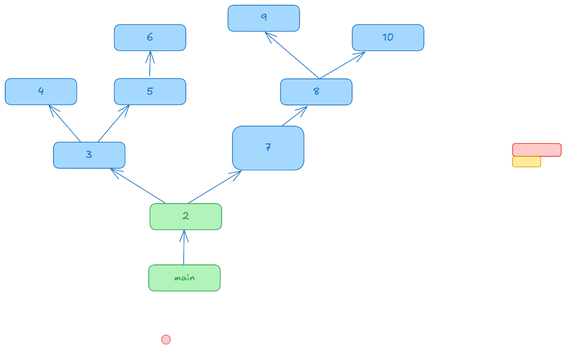
Earlier version of the Excalidraw export img/7.exception.excalidraw.png (silvercodes/p42_dotnet). Source tidied: one line per element, renumbered; positions are measured from the earlier drawing's top-left corner, leaving out a move shared by most shapes.
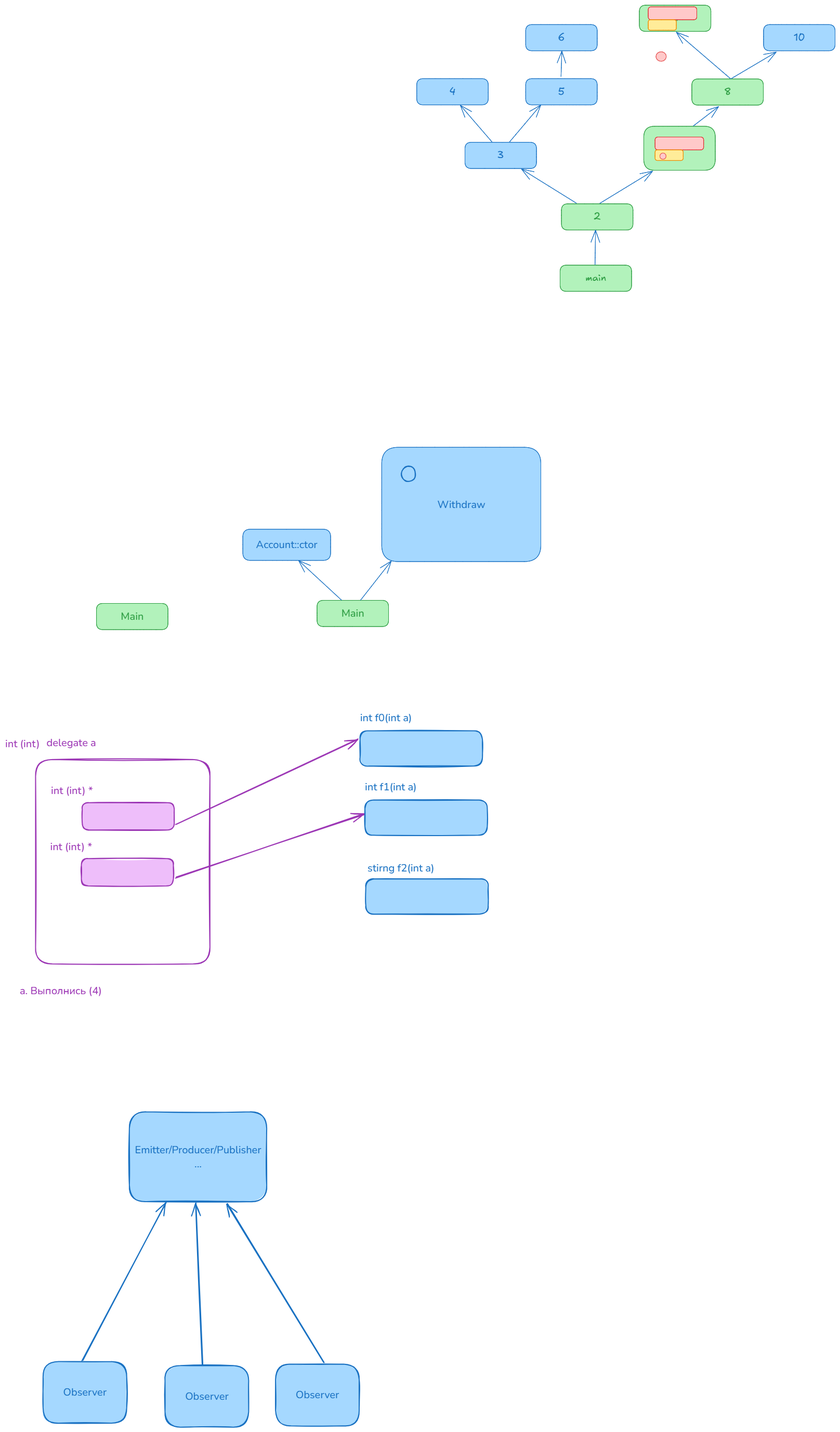
After the commit.

The edit, as a diff of the source:
```diff
@@ -3,30 +3,71 @@
 {"id": 2, "type": "rectangle", "strokeColor": "#2f9e44", "backgroundColor": "#b2f2bb", "fillStyle": "solid", "strokeWidth": 1, "roughness": 0, "round": true, "x": 278, "y": 382, "width": 138, "height": 50}
 {"id": 3, "type": "text", "text": "2", "strokeColor": "#2f9e44", "backgroundColor": "#a5d8ff", "fillStyle": "solid", "strokeWidth": 1, "roughness": 0, "fontSize": 20, "fontFamily": 5, "textAlign": "center", "verticalAlign": "middle", "inside": 2, "x": 340, "y": 395, "width": 14, "height": 25}
 {"id": 4, "type": "arrow", "strokeColor": "#1971c2", "backgroundColor": "#b2f2bb", "fillStyle": "solid", "strokeWidth": 1, "roughness": 0, "endArrowhead": "arrow", "round": true, "from": 0, "to": 2, "x": 343, "y": 499, "width": 1, "height": 66, "points": [[0, 0], [1, -66]]}
-{"id": 5, "type": "rectangle", "strokeColor": "#1971c2", "backgroundColor": "#a5d8ff", "fillStyle": "solid", "strokeWidth": 1, "roughness": 0, "round": true, "x": 93, "y": 264, "width": 138, "height": 50}
+{"id": 32, "type": "rectangle", "strokeColor": "#1971c2", "backgroundColor": "#a5d8ff", "fillStyle": "solid", "strokeWidth": 1, "roughness": 0, "round": true, "x": 93, "y": 264, "width": 138, "height": 50}
-{"id": 6, "type": "text", "text": "3", "strokeColor": "#1971c2", "backgroundColor": "#a5d8ff", "fillStyle": "solid", "strokeWidth": 1, "roughness": 0, "fontSize": 20, "fontFamily": 5, "textAlign": "center", "verticalAlign": "middle", "inside": 5, "x": 156, "y": 276, "width": 12, "height": 25}
+{"id": 6, "type": "text", "text": "3", "strokeColor": "#1971c2", "backgroundColor": "#a5d8ff", "fillStyle": "solid", "strokeWidth": 1, "roughness": 0, "fontSize": 20, "fontFamily": 5, "textAlign": "center", "verticalAlign": "middle", "inside": 32, "x": 156, "y": 276, "width": 12, "height": 25}
-{"id": 7, "type": "arrow", "strokeColor": "#1971c2", "backgroundColor": "#a5d8ff", "fillStyle": "solid", "strokeWidth": 1, "roughness": 0, "endArrowhead": "arrow", "round": true, "from": 2, "to": 5, "x": 307, "y": 381, "width": 104, "height": 66, "points": [[0, 0], [-104, -66]]}
+{"id": 7, "type": "arrow", "strokeColor": "#1971c2", "backgroundColor": "#a5d8ff", "fillStyle": "solid", "strokeWidth": 1, "roughness": 0, "endArrowhead": "arrow", "round": true, "from": 2, "to": 32, "x": 307, "y": 381, "width": 106, "height": 66, "points": [[0, 0], [-106, -66]]}
-{"id": 8, "type": "rectangle", "strokeColor": "#1971c2", "backgroundColor": "#a5d8ff", "fillStyle": "solid", "strokeWidth": 1, "roughness": 0, "round": true, "x": 0, "y": 141, "width": 138, "height": 50}
+{"id": 33, "type": "rectangle", "strokeColor": "#1971c2", "backgroundColor": "#a5d8ff", "fillStyle": "solid", "strokeWidth": 1, "roughness": 0, "round": true, "x": 0, "y": 141, "width": 138, "height": 50}
-{"id": 9, "type": "text", "text": "4", "strokeColor": "#1971c2", "backgroundColor": "#a5d8ff", "fillStyle": "solid", "strokeWidth": 1, "roughness": 0, "fontSize": 20, "fontFamily": 5, "textAlign": "center", "verticalAlign": "middle", "inside": 8, "x": 63, "y": 154, "width": 12, "height": 25}
+{"id": 9, "type": "text", "text": "4", "strokeColor": "#1971c2", "backgroundColor": "#a5d8ff", "fillStyle": "solid", "strokeWidth": 1, "roughness": 0, "fontSize": 20, "fontFamily": 5, "textAlign": "center", "verticalAlign": "middle", "inside": 33, "x": 63, "y": 154, "width": 12, "height": 25}
-{"id": 10, "type": "arrow", "strokeColor": "#1971c2", "backgroundColor": "#a5d8ff", "fillStyle": "solid", "strokeWidth": 1, "roughness": 0, "endArrowhead": "arrow", "round": true, "from": 5, "to": 8, "x": 145, "y": 264, "width": 61, "height": 71, "points": [[0, 0], [-61, -71]]}
-{"id": 11, "type": "rectangle", "strokeColor": "#1971c2", "backgroundColor": "#a5d8ff", "fillStyle": "solid", "strokeWidth": 1, "roughness": 0, "round": true, "x": 210, "y": 141, "width": 138, "height": 50}
-{"id": 12, "type": "text", "text": "5", "strokeColor": "#1971c2", "backgroundColor": "#a5d8ff", "fillStyle": "solid", "strokeWidth": 1, "roughness": 0, "fontSize": 20, "fontFamily": 5, "textAlign": "center", "verticalAlign": "middle", "inside": 11, "x": 272, "y": 154, "width": 12, "height": 25}
-{"id": 13, "type": "arrow", "strokeColor": "#1971c2", "backgroundColor": "#a5d8ff", "fillStyle": "solid", "strokeWidth": 1, "roughness": 0, "endArrowhead": "arrow", "round": true, "from": 5, "to": 11, "x": 178, "y": 264, "width": 61, "height": 72, "points": [[0, 0], [61, -72]]}
-{"id": 14, "type": "rectangle", "strokeColor": "#1971c2", "backgroundColor": "#a5d8ff", "fillStyle": "solid", "strokeWidth": 1, "roughness": 0, "round": true, "x": 210, "y": 37, "width": 138, "height": 50}
+{"id": 34, "type": "arrow", "strokeColor": "#1971c2", "backgroundColor": "#a5d8ff", "fillStyle": "solid", "strokeWidth": 1, "roughness": 0, "endArrowhead": "arrow", "round": true, "from": 32, "to": 33, "x": 145, "y": 264, "width": 61, "height": 71, "points": [[0, 0], [-61, -71]]}
+{"id": 35, "type": "rectangle", "strokeColor": "#1971c2", "backgroundColor": "#a5d8ff", "fillStyle": "solid", "strokeWidth": 1, "roughness": 0, "round": true, "x": 210, "y": 141, "width": 138, "height": 50}
+{"id": 36, "type": "text", "text": "5", "strokeColor": "#1971c2", "backgroundColor": "#a5d8ff", "fillStyle": "solid", "strokeWidth": 1, "roughness": 0, "fontSize": 20, "fontFamily": 5, "textAlign": "center", "verticalAlign": "middle", "inside": 35, "x": 272, "y": 154, "width": 12, "height": 25}
+{"id": 37, "type": "arrow", "strokeColor": "#1971c2", "backgroundColor": "#a5d8ff", "fillStyle": "solid", "strokeWidth": 1, "roughness": 0, "endArrowhead": "arrow", "round": true, "from": 32, "to": 35, "x": 178, "y": 264, "width": 61, "height": 72, "points": [[0, 0], [61, -72]]}
+{"id": 38, "type": "rectangle", "strokeColor": "#1971c2", "backgroundColor": "#a5d8ff", "fillStyle": "solid", "strokeWidth": 1, "roughness": 0, "round": true, "x": 210, "y": 37, "width": 138, "height": 50}
-{"id": 15, "type": "text", "text": "6", "strokeColor": "#1971c2", "backgroundColor": "#a5d8ff", "fillStyle": "solid", "strokeWidth": 1, "roughness": 0, "fontSize": 20, "fontFamily": 5, "textAlign": "center", "verticalAlign": "middle", "inside": 14, "x": 272, "y": 50, "width": 13, "height": 25}
+{"id": 15, "type": "text", "text": "6", "strokeColor": "#1971c2", "backgroundColor": "#a5d8ff", "fillStyle": "solid", "strokeWidth": 1, "roughness": 0, "fontSize": 20, "fontFamily": 5, "textAlign": "center", "verticalAlign": "middle", "inside": 38, "x": 272, "y": 50, "width": 13, "height": 25}
-{"id": 16, "type": "arrow", "strokeColor": "#1971c2", "backgroundColor": "#a5d8ff", "fillStyle": "solid", "strokeWidth": 1, "roughness": 0, "endArrowhead": "arrow", "round": true, "from": 11, "to": 14, "x": 278, "y": 137, "width": 2, "height": 49, "points": [[0, 0], [2, -49]]}
+{"id": 39, "type": "arrow", "strokeColor": "#1971c2", "backgroundColor": "#a5d8ff", "fillStyle": "solid", "strokeWidth": 1, "roughness": 0, "endArrowhead": "arrow", "round": true, "from": 35, "to": 38, "x": 278, "y": 137, "width": 2, "height": 49, "points": [[0, 0], [2, -49]]}
-{"id": 17, "type": "rectangle", "strokeColor": "#1971c2", "backgroundColor": "#a5d8ff", "fillStyle": "solid", "strokeWidth": 1, "roughness": 0, "round": true, "x": 437, "y": 233, "width": 138, "height": 85}
+{"id": 17, "type": "rectangle", "strokeColor": "#2f9e44", "backgroundColor": "#b2f2bb", "fillStyle": "solid", "strokeWidth": 1, "roughness": 0, "round": true, "x": 437, "y": 233, "width": 138, "height": 85}
-{"id": 18, "type": "text", "text": "7", "strokeColor": "#1971c2", "backgroundColor": "#a5d8ff", "fillStyle": "solid", "strokeWidth": 1, "roughness": 0, "fontSize": 20, "fontFamily": 5, "textAlign": "center", "verticalAlign": "middle", "inside": 17, "x": 500, "y": 263, "width": 11, "height": 25}
+{"id": 18, "type": "text", "text": "7", "strokeColor": "#2f9e44", "backgroundColor": "#a5d8ff", "fillStyle": "solid", "strokeWidth": 1, "roughness": 0, "fontSize": 20, "fontFamily": 5, "textAlign": "center", "verticalAlign": "middle", "inside": 17, "x": 500, "y": 263, "width": 11, "height": 25}
 {"id": 19, "type": "arrow", "strokeColor": "#1971c2", "backgroundColor": "#a5d8ff", "fillStyle": "solid", "strokeWidth": 1, "roughness": 0, "endArrowhead": "arrow", "round": true, "from": 2, "to": 17, "x": 352, "y": 381, "width": 101, "height": 62, "points": [[0, 0], [101, -62]]}
-{"id": 20, "type": "rectangle", "strokeColor": "#1971c2", "backgroundColor": "#a5d8ff", "fillStyle": "solid", "strokeWidth": 1, "roughness": 0, "round": true, "x": 529, "y": 142, "width": 138, "height": 50}
+{"id": 20, "type": "rectangle", "strokeColor": "#2f9e44", "backgroundColor": "#b2f2bb", "fillStyle": "solid", "strokeWidth": 1, "roughness": 0, "round": true, "x": 529, "y": 142, "width": 138, "height": 50}
-{"id": 21, "type": "text", "text": "8", "strokeColor": "#1971c2", "backgroundColor": "#a5d8ff", "fillStyle": "solid", "strokeWidth": 1, "roughness": 0, "fontSize": 20, "fontFamily": 5, "textAlign": "center", "verticalAlign": "middle", "inside": 20, "x": 592, "y": 154, "width": 13, "height": 25}
+{"id": 21, "type": "text", "text": "8", "strokeColor": "#2f9e44", "backgroundColor": "#a5d8ff", "fillStyle": "solid", "strokeWidth": 1, "roughness": 0, "fontSize": 20, "fontFamily": 5, "textAlign": "center", "verticalAlign": "middle", "inside": 20, "x": 592, "y": 154, "width": 13, "height": 25}
 {"id": 22, "type": "arrow", "strokeColor": "#1971c2", "backgroundColor": "#a5d8ff", "fillStyle": "solid", "strokeWidth": 1, "roughness": 0, "endArrowhead": "arrow", "round": true, "from": 17, "to": 20, "x": 532, "y": 232, "width": 49, "height": 37, "points": [[0, 0], [49, -37]]}
-{"id": 23, "type": "rectangle", "strokeColor": "#1971c2", "backgroundColor": "#a5d8ff", "fillStyle": "solid", "strokeWidth": 1, "roughness": 0, "round": true, "x": 428, "y": 0, "width": 138, "height": 50}
+{"id": 23, "type": "rectangle", "strokeColor": "#2f9e44", "backgroundColor": "#b2f2bb", "fillStyle": "solid", "strokeWidth": 1, "roughness": 0, "round": true, "x": 428, "y": 0, "width": 138, "height": 50}
-{"id": 24, "type": "text", "text": "9", "strokeColor": "#1971c2", "backgroundColor": "#a5d8ff", "fillStyle": "solid", "strokeWidth": 1, "roughness": 0, "fontSize": 20, "fontFamily": 5, "textAlign": "center", "verticalAlign": "middle", "inside": 23, "x": 491, "y": 13, "width": 13, "height": 25}
+{"id": 24, "type": "text", "text": "9", "strokeColor": "#2f9e44", "backgroundColor": "#a5d8ff", "fillStyle": "solid", "strokeWidth": 1, "roughness": 0, "fontSize": 20, "fontFamily": 5, "textAlign": "center", "verticalAlign": "middle", "inside": 23, "x": 491, "y": 13, "width": 13, "height": 25}
 {"id": 25, "type": "rectangle", "strokeColor": "#1971c2", "backgroundColor": "#a5d8ff", "fillStyle": "solid", "strokeWidth": 1, "roughness": 0, "round": true, "x": 667, "y": 37, "width": 138, "height": 50}
 {"id": 26, "type": "text", "text": "10", "strokeColor": "#1971c2", "backgroundColor": "#a5d8ff", "fillStyle": "solid", "strokeWidth": 1, "roughness": 0, "fontSize": 20, "fontFamily": 5, "textAlign": "center", "verticalAlign": "middle", "inside": 25, "x": 725, "y": 50, "width": 22, "height": 25}
 {"id": 27, "type": "arrow", "strokeColor": "#1971c2", "backgroundColor": "#a5d8ff", "fillStyle": "solid", "strokeWidth": 1, "roughness": 0, "endArrowhead": "arrow", "round": true, "from": 20, "to": 23, "x": 604, "y": 141, "width": 104, "height": 90, "points": [[0, 0], [-104, -90]]}
 {"id": 28, "type": "arrow", "strokeColor": "#1971c2", "backgroundColor": "#a5d8ff", "fillStyle": "solid", "strokeWidth": 1, "roughness": 0, "endArrowhead": "arrow", "round": true, "from": 20, "to": 25, "x": 605, "y": 141, "width": 86, "height": 51, "points": [[0, 0], [86, -51]]}
+{"id": 40, "type": "rectangle", "strokeColor": "#e03131", "backgroundColor": "#ffc9c9", "fillStyle": "solid", "strokeWidth": 1, "roughness": 0, "round": true, "x": 458, "y": 254, "width": 93, "height": 25}
+{"id": 41, "type": "rectangle", "strokeColor": "#f08c00", "backgroundColor": "#ffec99", "fillStyle": "solid", "strokeWidth": 1, "roughness": 0, "round": true, "x": 458, "y": 278, "width": 54, "height": 20}
-{"id": 29, "type": "rectangle", "strokeColor": "#e03131", "backgroundColor": "#ffc9c9", "fillStyle": "solid", "strokeWidth": 1, "roughness": 0, "round": true, "x": 975, "y": 266, "width": 93, "height": 25}
+{"id": 29, "type": "rectangle", "strokeColor": "#e03131", "backgroundColor": "#ffc9c9", "fillStyle": "solid", "strokeWidth": 1, "roughness": 0, "round": true, "x": 445, "y": 3, "width": 93, "height": 25}
-{"id": 30, "type": "rectangle", "strokeColor": "#f08c00", "backgroundColor": "#ffec99", "fillStyle": "solid", "strokeWidth": 1, "roughness": 0, "round": true, "x": 975, "y": 291, "width": 54, "height": 20}
+{"id": 30, "type": "rectangle", "strokeColor": "#f08c00", "backgroundColor": "#ffec99", "fillStyle": "solid", "strokeWidth": 1, "roughness": 0, "round": true, "x": 445, "y": 28, "width": 54, "height": 20}
+{"id": 42, "type": "ellipse", "strokeColor": "#e03131", "backgroundColor": "#ffc9c9", "fillStyle": "solid", "strokeWidth": 1, "roughness": 0, "round": true, "x": 460, "y": 90, "width": 20, "height": 18}
-{"id": 31, "type": "ellipse", "strokeColor": "#e03131", "backgroundColor": "#ffc9c9", "fillStyle": "solid", "strokeWidth": 1, "roughness": 0, "round": true, "x": 301, "y": 635, "width": 17, "height": 18}
+{"id": 31, "type": "ellipse", "strokeColor": "#e03131", "backgroundColor": "#ffc9c9", "fillStyle": "solid", "strokeWidth": 1, "roughness": 0, "round": true, "x": 468, "y": 284, "width": 12, "height": 12}
+{"id": 43, "type": "rectangle", "strokeColor": "#2f9e44", "backgroundColor": "#b2f2bb", "fillStyle": "solid", "strokeWidth": 1, "roughness": 0, "round": true, "x": -192, "y": 1145, "width": 138, "height": 50}
+{"id": 44, "type": "text", "text": "Main", "strokeColor": "#2f9e44", "backgroundColor": "#a5d8ff", "fillStyle": "solid", "strokeWidth": 1, "roughness": 0, "fontSize": 20, "fontFamily": 6, "textAlign": "center", "verticalAlign": "middle", "inside": 43, "x": -145, "y": 1156, "width": 44, "height": 27}
+{"id": 45, "type": "rectangle", "strokeColor": "#1971c2", "backgroundColor": "#a5d8ff", "fillStyle": "solid", "strokeWidth": 1, "roughness": 0, "round": true, "x": -335, "y": 1008, "width": 169, "height": 60}
+{"id": 46, "type": "text", "text": "Account::ctor", "strokeColor": "#1971c2", "backgroundColor": "#a5d8ff", "fillStyle": "solid", "strokeWidth": 1, "roughness": 0, "fontSize": 20, "fontFamily": 6, "textAlign": "center", "verticalAlign": "middle", "inside": 45, "x": -309, "y": 1024, "width": 118, "height": 27}
+{"id": 10, "type": "arrow", "strokeColor": "#1971c2", "backgroundColor": "#a5d8ff", "fillStyle": "solid", "strokeWidth": 1, "roughness": 0, "endArrowhead": "arrow", "round": true, "from": 43, "to": 45, "x": -145, "y": 1144, "width": 82, "height": 76, "points": [[0, 0], [-82, -76]]}
+{"id": 11, "type": "rectangle", "strokeColor": "#1971c2", "backgroundColor": "#a5d8ff", "fillStyle": "solid", "strokeWidth": 1, "roughness": 0, "round": true, "x": -67, "y": 850, "width": 306, "height": 220}
+{"id": 12, "type": "text", "text": "Withdraw", "strokeColor": "#1971c2", "backgroundColor": "#a5d8ff", "fillStyle": "solid", "strokeWidth": 1, "roughness": 0, "fontSize": 20, "fontFamily": 6, "textAlign": "center", "verticalAlign": "middle", "inside": 11, "x": 39, "y": 947, "width": 93, "height": 27}
+{"id": 13, "type": "arrow", "strokeColor": "#1971c2", "backgroundColor": "#a5d8ff", "fillStyle": "solid", "strokeWidth": 1, "roughness": 0, "endArrowhead": "arrow", "round": true, "from": 43, "to": 11, "x": -108, "y": 1144, "width": 59, "height": 75, "points": [[0, 0], [59, -75]]}
+{"id": 47, "type": "rectangle", "strokeColor": "#2f9e44", "backgroundColor": "#b2f2bb", "fillStyle": "solid", "strokeWidth": 1, "roughness": 0, "round": true, "x": -616, "y": 1150, "width": 138, "height": 50}
+{"id": 48, "type": "text", "text": "Main", "strokeColor": "#2f9e44", "backgroundColor": "#a5d8ff", "fillStyle": "solid", "strokeWidth": 1, "roughness": 0, "fontSize": 20, "fontFamily": 6, "textAlign": "center", "verticalAlign": "middle", "inside": 47, "x": -569, "y": 1162, "width": 44, "height": 27}
+{"id": 49, "type": "ellipse", "strokeColor": "#1971c2", "backgroundColor": "#a5d8ff", "fillStyle": "solid", "strokeWidth": 2, "roughness": 1, "round": true, "x": -29, "y": 887, "width": 27, "height": 30}
+{"id": 50, "type": "rectangle", "strokeColor": "#1971c2", "backgroundColor": "#a5d8ff", "fillStyle": "solid", "strokeWidth": 2, "roughness": 1, "round": true, "x": -100, "y": 1529, "width": 235, "height": 68}
+{"id": 51, "type": "rectangle", "strokeColor": "#1971c2", "backgroundColor": "#a5d8ff", "fillStyle": "solid", "strokeWidth": 2, "roughness": 1, "round": true, "x": -98, "y": 1680, "width": 235, "height": 68}
+{"id": 52, "type": "text", "text": "int f1(int a)", "strokeColor": "#1971c2", "backgroundColor": "#a5d8ff", "fillStyle": "solid", "strokeWidth": 2, "roughness": 1, "fontSize": 20, "fontFamily": 6, "x": -100, "y": 1490, "width": 100, "height": 27}
+{"id": 53, "type": "text", "text": "stirng f2(int a)", "strokeColor": "#1971c2", "backgroundColor": "#a5d8ff", "fillStyle": "solid", "strokeWidth": 2, "roughness": 1, "fontSize": 20, "fontFamily": 6, "x": -95, "y": 1646, "width": 128, "height": 27}
+{"id": 54, "type": "rectangle", "strokeColor": "#9c36b5", "backgroundColor": "#eebefa", "fillStyle": "solid", "strokeWidth": 2, "roughness": 1, "round": true, "x": -643, "y": 1534, "width": 177, "height": 53}
+{"id": 55, "type": "text", "text": "int (int) *", "strokeColor": "#9c36b5", "backgroundColor": "#eebefa", "fillStyle": "solid", "strokeWidth": 2, "roughness": 1, "fontSize": 20, "fontFamily": 6, "x": -704, "y": 1497, "width": 81, "height": 27}
+{"id": 56, "type": "arrow", "strokeColor": "#9c36b5", "backgroundColor": "#eebefa", "fillStyle": "solid", "strokeWidth": 2, "roughness": 1, "endArrowhead": "arrow", "round": true, "from": 54, "to": 57, "x": -463, "y": 1574, "width": 350, "height": 163, "points": [[0, 0], [350, -163]]}
+{"id": 57, "type": "rectangle", "strokeColor": "#1971c2", "backgroundColor": "#a5d8ff", "fillStyle": "solid", "strokeWidth": 2, "roughness": 1, "round": true, "x": -109, "y": 1396, "width": 235, "height": 68}
+{"id": 58, "type": "text", "text": "int f0(int a)", "strokeColor": "#1971c2", "backgroundColor": "#a5d8ff", "fillStyle": "solid", "strokeWidth": 2, "roughness": 1, "fontSize": 20, "fontFamily": 6, "x": -109, "y": 1357, "width": 100, "height": 27}
+{"id": 59, "type": "rectangle", "strokeColor": "#9c36b5", "strokeWidth": 2, "roughness": 1, "round": true, "x": -733, "y": 1451, "width": 335, "height": 393}
+{"id": 60, "type": "rectangle", "strokeColor": "#9c36b5", "backgroundColor": "#eebefa", "fillStyle": "solid", "strokeWidth": 2, "roughness": 1, "round": true, "x": -645, "y": 1641, "width": 177, "height": 53}
+{"id": 61, "type": "text", "text": "int (int) *", "strokeColor": "#9c36b5", "backgroundColor": "#eebefa", "fillStyle": "solid", "strokeWidth": 2, "roughness": 1, "fontSize": 20, "fontFamily": 6, "x": -705, "y": 1605, "width": 81, "height": 27}
+{"id": 62, "type": "arrow", "strokeColor": "#9c36b5", "strokeWidth": 2, "roughness": 1, "endArrowhead": "arrow", "round": true, "from": 60, "to": 50, "x": -463, "y": 1677, "width": 360, "height": 121, "points": [[0, 0], [360, -121]]}
+{"id": 63, "type": "text", "text": "delegate a", "strokeColor": "#9c36b5", "strokeWidth": 2, "roughness": 1, "fontSize": 20, "fontFamily": 6, "x": -712, "y": 1405, "width": 95, "height": 27}
+{"id": 64, "type": "text", "text": "int (int)", "strokeColor": "#9c36b5", "strokeWidth": 2, "roughness": 1, "fontSize": 20, "fontFamily": 6, "x": -792, "y": 1407, "width": 67, "height": 27}
+{"id": 65, "type": "text", "text": "a. Выполнись (4)", "strokeColor": "#9c36b5", "strokeWidth": 2, "roughness": 1, "fontSize": 20, "fontFamily": 6, "x": -764, "y": 1882, "width": 158, "height": 27}
+{"id": 66, "type": "rectangle", "strokeColor": "#1971c2", "backgroundColor": "#a5d8ff", "fillStyle": "solid", "strokeWidth": 2, "roughness": 1, "round": true, "x": -553, "y": 2128, "width": 264, "height": 173}
+{"id": 67, "type": "text", "text": "Emitter/Producer/Publisher\n...", "strokeColor": "#1971c2", "backgroundColor": "#a5d8ff", "fillStyle": "solid", "strokeWidth": 2, "roughness": 1, "fontSize": 20, "fontFamily": 6, "textAlign": "center", "verticalAlign": "middle", "inside": 66, "x": -542, "y": 2188, "width": 243, "height": 54}
+{"id": 68, "type": "rectangle", "strokeColor": "#1971c2", "backgroundColor": "#a5d8ff", "fillStyle": "solid", "strokeWidth": 2, "roughness": 1, "round": true, "x": -719, "y": 2609, "width": 161, "height": 119}
+{"id": 69, "type": "text", "text": "Observer", "strokeColor": "#1971c2", "backgroundColor": "#b2f2bb", "fillStyle": "solid", "strokeWidth": 2, "roughness": 1, "fontSize": 20, "fontFamily": 6, "textAlign": "center", "verticalAlign": "middle", "inside": 68, "x": -680, "y": 2654, "width": 84, "height": 27}
+{"id": 70, "type": "rectangle", "strokeColor": "#1971c2", "backgroundColor": "#a5d8ff", "fillStyle": "solid", "strokeWidth": 2, "roughness": 1, "round": true, "x": -484, "y": 2616, "width": 161, "height": 119}
+{"id": 71, "type": "text", "text": "Observer", "strokeColor": "#1971c2", "backgroundColor": "#b2f2bb", "fillStyle": "solid", "strokeWidth": 2, "roughness": 1, "fontSize": 20, "fontFamily": 6, "textAlign": "center", "verticalAlign": "middle", "inside": 70, "x": -446, "y": 2662, "width": 84, "height": 27}
+{"id": 72, "type": "rectangle", "strokeColor": "#1971c2", "backgroundColor": "#a5d8ff", "fillStyle": "solid", "strokeWidth": 2, "roughness": 1, "round": true, "x": -272, "y": 2614, "width": 161, "height": 119}
+{"id": 73, "type": "text", "text": "Observer", "strokeColor": "#1971c2", "backgroundColor": "#b2f2bb", "fillStyle": "solid", "strokeWidth": 2, "roughness": 1, "fontSize": 20, "fontFamily": 6, "textAlign": "center", "verticalAlign": "middle", "inside": 72, "x": -233, "y": 2659, "width": 84, "height": 27}
+{"id": 74, "type": "arrow", "strokeColor": "#1971c2", "backgroundColor": "#a5d8ff", "fillStyle": "solid", "strokeWidth": 2, "roughness": 1, "endArrowhead": "arrow", "round": true, "from": 68, "to": 66, "x": -644, "y": 2607, "width": 162, "height": 304, "points": [[0, 0], [162, -304]]}
+{"id": 75, "type": "arrow", "strokeColor": "#1971c2", "backgroundColor": "#a5d8ff", "fillStyle": "solid", "strokeWidth": 2, "roughness": 1, "endArrowhead": "arrow", "round": true, "from": 70, "to": 66, "x": -412, "y": 2616, "width": 13, "height": 312, "points": [[0, 0], [-13, -312]]}
+{"id": 76, "type": "arrow", "strokeColor": "#1971c2", "backgroundColor": "#a5d8ff", "fillStyle": "solid", "strokeWidth": 2, "roughness": 1, "endArrowhead": "arrow", "round": true, "from": 72, "to": 66, "x": -179, "y": 2610, "width": 184, "height": 304, "points": [[0, 0], [-184, -304]]}
```
